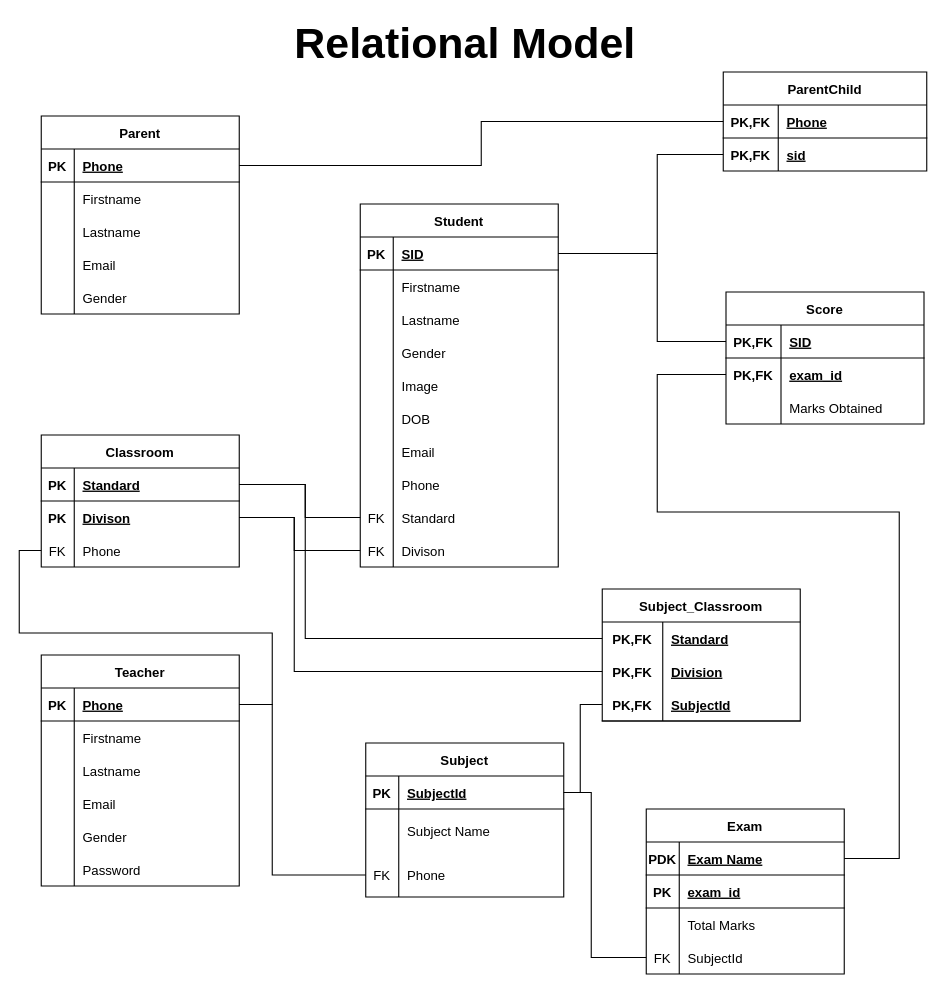
Before: Database/School App Relational Model.drawio.xml in parmar-mohit/School-App, a draw.io diagram. Source tidied: cells renumbered, new cells numbered last; positions are measured from the earlier drawing's top-left corner, leaving out a move shared by most shapes. Both pictures are drawn from the tidied source at 110%, with x=0, y=0 at pixel (19, 28).
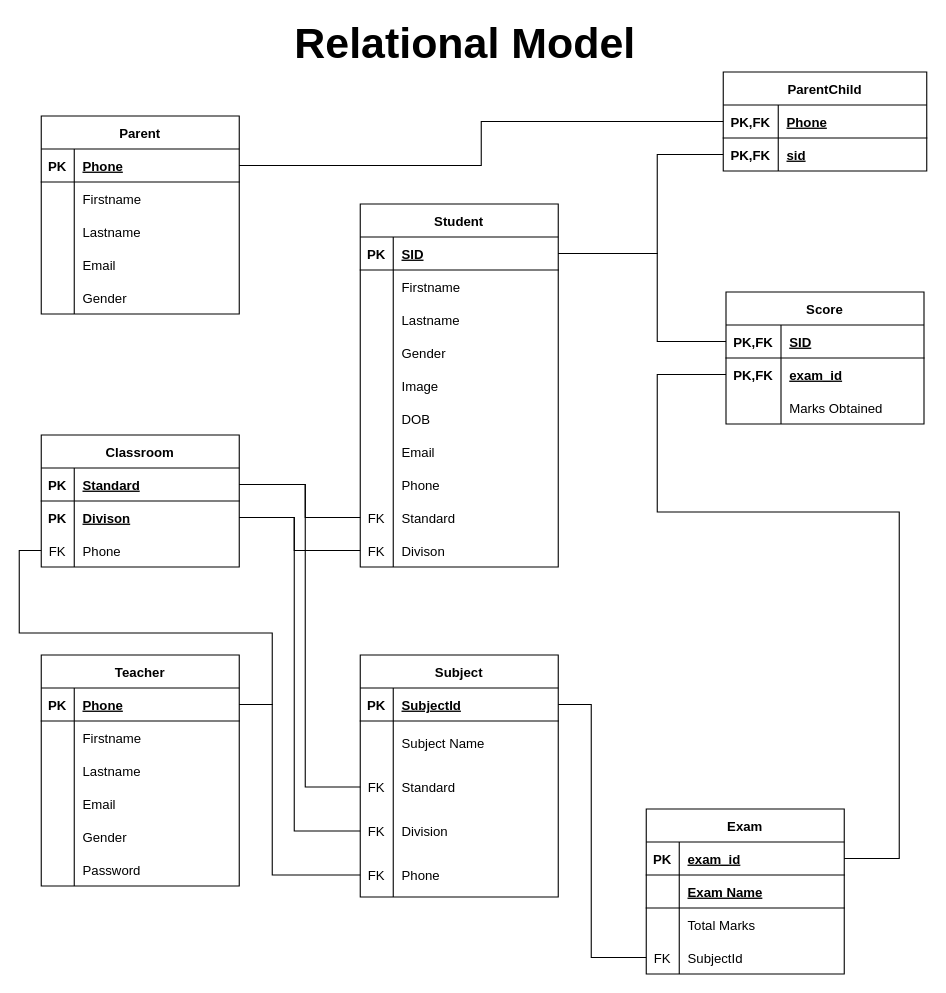
Above is the later version.

Unchanged cells that the change refers to:
```xml
<mxCell id="57" style="shape=tableRow;horizontal=0;startSize=0;swimlaneHead=0;swimlaneBody=0;fillColor=none;points=[[0,0.5],[1,0.5]];portConstraint=eastwest;top=0;left=0;right=0;bottom=1;" parent="56" vertex="1">
  <mxGeometry y="30" width="180" height="30" as="geometry" />
</mxCell>
<mxCell id="60" style="shape=tableRow;horizontal=0;startSize=0;swimlaneHead=0;swimlaneBody=0;fillColor=none;points=[[0,0.5],[1,0.5]];portConstraint=eastwest;top=0;left=0;right=0;bottom=0;" parent="56" vertex="1">
  <mxGeometry y="60" width="180" height="30" as="geometry" />
</mxCell>
<mxCell id="67" style="shape=tableRow;horizontal=0;startSize=0;swimlaneHead=0;swimlaneBody=0;fillColor=none;points=[[0,0.5],[1,0.5]];portConstraint=eastwest;top=0;left=0;right=0;bottom=1;" parent="66" vertex="1">
  <mxGeometry y="30" width="180" height="30" as="geometry" />
</mxCell>
<mxCell id="86" value="Exam" style="shape=table;startSize=30;childLayout=tableLayout;rowLines=0;fontStyle=1;align=center;" parent="1" vertex="1">
  <mxGeometry x="570" y="710" width="180" height="150" as="geometry" />
</mxCell>
<mxCell id="96" style="shape=tableRow;horizontal=0;startSize=0;swimlaneHead=0;swimlaneBody=0;fillColor=none;points=[[0,0.5],[1,0.5]];portConstraint=eastwest;top=0;left=0;right=0;bottom=0;" parent="86" vertex="1">
  <mxGeometry y="120" width="180" height="30" as="geometry" />
</mxCell>
<mxCell id="103" style="shape=tableRow;horizontal=0;startSize=0;swimlaneHead=0;swimlaneBody=0;fillColor=none;points=[[0,0.5],[1,0.5]];portConstraint=eastwest;top=0;left=0;right=0;bottom=0;" parent="99" vertex="1">
  <mxGeometry y="60" width="180" height="30" as="geometry" />
</mxCell>
```

The edit, as a diff of the source:
```diff
@@
     <mxCell id="66" value="Subject" style="shape=table;startSize=30;childLayout=tableLayout;rowLines=0;fontStyle=1;align=center;" parent="1" vertex="1">
-      <mxGeometry x="315" y="650" width="180" height="140" as="geometry" />
+      <mxGeometry x="310" y="570" width="180" height="220" as="geometry" />
     </mxCell>
@@
+    <mxCell id="141" style="shape=tableRow;horizontal=0;startSize=0;swimlaneHead=0;swimlaneBody=0;fillColor=none;points=[[0,0.5],[1,0.5]];portConstraint=eastwest;top=0;left=0;right=0;bottom=0;" parent="66" vertex="1">
+      <mxGeometry y="100" width="180" height="40" as="geometry" />
+    </mxCell>
+    <mxCell id="142" value="FK" style="shape=partialRectangle;fillColor=none;top=0;left=0;bottom=0;right=0;overflow=hidden;" parent="141" vertex="1">
+      <mxGeometry width="30" height="40" as="geometry" />
+    </mxCell>
+    <mxCell id="79" value="Standard" style="shape=partialRectangle;fillColor=none;top=0;left=0;bottom=0;right=0;align=left;spacingLeft=6;overflow=hidden;" parent="141" vertex="1">
+      <mxGeometry x="30" width="150" height="40" as="geometry" />
+    </mxCell>
+    <mxCell id="143" style="shape=tableRow;horizontal=0;startSize=0;swimlaneHead=0;swimlaneBody=0;fillColor=none;points=[[0,0.5],[1,0.5]];portConstraint=eastwest;top=0;left=0;right=0;bottom=0;" parent="66" vertex="1">
+      <mxGeometry y="140" width="180" height="40" as="geometry" />
+    </mxCell>
+    <mxCell id="144" value="FK" style="shape=partialRectangle;fillColor=none;top=0;left=0;bottom=0;right=0;overflow=hidden;" parent="143" vertex="1">
+      <mxGeometry width="30" height="40" as="geometry" />
+    </mxCell>
+    <mxCell id="82" value="Division" style="shape=partialRectangle;fillColor=none;top=0;left=0;bottom=0;right=0;align=left;spacingLeft=6;overflow=hidden;" parent="143" vertex="1">
+      <mxGeometry x="30" width="150" height="40" as="geometry" />
+    </mxCell>
     <mxCell id="73" style="shape=tableRow;horizontal=0;startSize=0;swimlaneHead=0;swimlaneBody=0;fillColor=none;points=[[0,0.5],[1,0.5]];portConstraint=eastwest;top=0;left=0;right=0;bottom=0;" parent="66" vertex="1">
-      <mxGeometry y="100" width="180" height="40" as="geometry" />
+      <mxGeometry y="180" width="180" height="40" as="geometry" />
     </mxCell>
@@
-    <mxCell id="76" value="Subject_Classroom" style="shape=table;startSize=30;childLayout=tableLayout;rowLines=0;fontStyle=1;align=center;" parent="1" vertex="1">
-      <mxGeometry x="530" y="510" width="180" height="120" as="geometry" />
-    </mxCell>
-    <mxCell id="77" style="shape=tableRow;horizontal=0;startSize=0;swimlaneHead=0;swimlaneBody=0;fillColor=none;points=[[0,0.5],[1,0.5]];portConstraint=eastwest;top=0;left=0;right=0;bottom=0;" parent="76" vertex="1">
-      <mxGeometry y="30" width="180" height="30" as="geometry" />
-    </mxCell>
-    <mxCell id="78" value="PK,FK" style="shape=partialRectangle;fillColor=none;top=0;left=0;bottom=0;right=0;overflow=hidden;fontStyle=1;" parent="77" vertex="1">
-      <mxGeometry width="55" height="30" as="geometry" />
-    </mxCell>
-    <mxCell id="79" value="Standard" style="shape=partialRectangle;fillColor=none;top=0;left=0;bottom=0;right=0;align=left;spacingLeft=6;overflow=hidden;fontStyle=5;" parent="77" vertex="1">
-      <mxGeometry x="55" width="125" height="30" as="geometry" />
-    </mxCell>
-    <mxCell id="80" style="shape=tableRow;horizontal=0;startSize=0;swimlaneHead=0;swimlaneBody=0;fillColor=none;points=[[0,0.5],[1,0.5]];portConstraint=eastwest;top=0;left=0;right=0;bottom=0;" parent="76" vertex="1">
-      <mxGeometry y="60" width="180" height="30" as="geometry" />
-    </mxCell>
-    <mxCell id="81" value="PK,FK" style="shape=partialRectangle;fillColor=none;top=0;left=0;bottom=0;right=0;overflow=hidden;fontStyle=1;" parent="80" vertex="1">
-      <mxGeometry width="55" height="30" as="geometry" />
-    </mxCell>
-    <mxCell id="82" value="Division" style="shape=partialRectangle;fillColor=none;top=0;left=0;bottom=0;right=0;align=left;spacingLeft=6;overflow=hidden;fontStyle=5;" parent="80" vertex="1">
-      <mxGeometry x="55" width="125" height="30" as="geometry" />
-    </mxCell>
-    <mxCell id="83" style="shape=tableRow;horizontal=0;startSize=0;swimlaneHead=0;swimlaneBody=0;fillColor=none;points=[[0,0.5],[1,0.5]];portConstraint=eastwest;top=0;left=0;right=0;bottom=1;" parent="76" vertex="1">
-      <mxGeometry y="90" width="180" height="30" as="geometry" />
-    </mxCell>
-    <mxCell id="84" value="PK,FK" style="shape=partialRectangle;fillColor=none;top=0;left=0;bottom=0;right=0;fontStyle=1;overflow=hidden;" parent="83" vertex="1">
-      <mxGeometry width="55" height="30" as="geometry" />
-    </mxCell>
-    <mxCell id="85" value="SubjectId" style="shape=partialRectangle;fillColor=none;top=0;left=0;bottom=0;right=0;align=left;spacingLeft=6;fontStyle=5;overflow=hidden;" parent="83" vertex="1">
-      <mxGeometry x="55" width="125" height="30" as="geometry" />
-    </mxCell>
@@
+    <mxCell id="90" style="shape=tableRow;horizontal=0;startSize=0;swimlaneHead=0;swimlaneBody=0;fillColor=none;points=[[0,0.5],[1,0.5]];portConstraint=eastwest;top=0;left=0;right=0;bottom=1;" parent="86" vertex="1">
+      <mxGeometry y="30" width="180" height="30" as="geometry" />
+    </mxCell>
+    <mxCell id="91" value="PK" style="shape=partialRectangle;fillColor=none;top=0;left=0;bottom=0;right=0;fontStyle=1;overflow=hidden;" parent="90" vertex="1">
+      <mxGeometry width="30" height="30" as="geometry" />
+    </mxCell>
+    <mxCell id="92" value="exam_id" style="shape=partialRectangle;fillColor=none;top=0;left=0;bottom=0;right=0;align=left;spacingLeft=6;fontStyle=5;overflow=hidden;" parent="90" vertex="1">
+      <mxGeometry x="30" width="150" height="30" as="geometry" />
+    </mxCell>
     <mxCell id="87" style="shape=tableRow;horizontal=0;startSize=0;swimlaneHead=0;swimlaneBody=0;fillColor=none;points=[[0,0.5],[1,0.5]];portConstraint=eastwest;top=0;left=0;right=0;bottom=1;" parent="86" vertex="1">
-      <mxGeometry y="30" width="180" height="30" as="geometry" />
+      <mxGeometry y="60" width="180" height="30" as="geometry" />
     </mxCell>
-    <mxCell id="88" value="PDK" style="shape=partialRectangle;fillColor=none;top=0;left=0;bottom=0;right=0;fontStyle=1;overflow=hidden;" parent="87" vertex="1">
+    <mxCell id="88" style="shape=partialRectangle;fillColor=none;top=0;left=0;bottom=0;right=0;fontStyle=1;overflow=hidden;" parent="87" vertex="1">
       <mxGeometry width="30" height="30" as="geometry" />
     </mxCell>
@@
-    <mxCell id="90" style="shape=tableRow;horizontal=0;startSize=0;swimlaneHead=0;swimlaneBody=0;fillColor=none;points=[[0,0.5],[1,0.5]];portConstraint=eastwest;top=0;left=0;right=0;bottom=1;" parent="86" vertex="1">
-      <mxGeometry y="60" width="180" height="30" as="geometry" />
-    </mxCell>
-    <mxCell id="91" value="PK" style="shape=partialRectangle;fillColor=none;top=0;left=0;bottom=0;right=0;fontStyle=1;overflow=hidden;" parent="90" vertex="1">
-      <mxGeometry width="30" height="30" as="geometry" />
-    </mxCell>
-    <mxCell id="92" value="exam_id" style="shape=partialRectangle;fillColor=none;top=0;left=0;bottom=0;right=0;align=left;spacingLeft=6;fontStyle=5;overflow=hidden;" parent="90" vertex="1">
-      <mxGeometry x="30" width="150" height="30" as="geometry" />
-    </mxCell>
@@
-    <mxCell id="135" style="endArrow=none;html=1;rounded=0;exitX=1;exitY=0.5;exitDx=0;exitDy=0;entryX=0;entryY=0.5;entryDx=0;entryDy=0;" parent="1" edge="1" source="57" target="77">
-      <mxGeometry relative="1" as="geometry">
-        <Array as="points">
-          <mxPoint x="260" y="415" />
-          <mxPoint x="260" y="555" />
-        </Array>
-      </mxGeometry>
-    </mxCell>
-    <mxCell id="136" style="endArrow=none;html=1;rounded=0;exitX=1;exitY=0.5;exitDx=0;exitDy=0;entryX=0;entryY=0.5;entryDx=0;entryDy=0;" parent="1" edge="1" source="60" target="80">
-      <mxGeometry relative="1" as="geometry">
-        <Array as="points">
-          <mxPoint x="250" y="445" />
-          <mxPoint x="250" y="585" />
-        </Array>
-      </mxGeometry>
-    </mxCell>
@@
     <mxCell id="138" style="endArrow=none;html=1;rounded=0;exitX=1;exitY=0.5;exitDx=0;exitDy=0;entryX=0;entryY=0.5;entryDx=0;entryDy=0;" parent="1" edge="1" source="67" target="96">
       <mxGeometry relative="1" as="geometry">
         <Array as="points">
-          <mxPoint x="520" y="695" />
+          <mxPoint x="520" y="615" />
           <mxPoint x="520" y="845" />
         </Array>
       </mxGeometry>
     </mxCell>
-    <mxCell id="139" style="endArrow=none;html=1;rounded=0;exitX=1;exitY=0.5;exitDx=0;exitDy=0;entryX=0;entryY=0.5;entryDx=0;entryDy=0;" parent="1" edge="1" source="67" target="83">
-      <mxGeometry relative="1" as="geometry">
-        <Array as="points">
-          <mxPoint x="510" y="695" />
-          <mxPoint x="510" y="615" />
-        </Array>
-      </mxGeometry>
-    </mxCell>
-    <mxCell id="140" style="endArrow=none;html=1;rounded=0;exitX=1;exitY=0.5;exitDx=0;exitDy=0;entryX=0;entryY=0.5;entryDx=0;entryDy=0;" parent="1" edge="1" source="87" target="103">
+    <mxCell id="140" style="endArrow=none;html=1;rounded=0;entryX=0;entryY=0.5;entryDx=0;entryDy=0;exitX=1;exitY=0.5;exitDx=0;exitDy=0;" parent="1" edge="1" source="90" target="103">
       <mxGeometry relative="1" as="geometry">
         <Array as="points">
           <mxPoint x="800" y="755" />
           <mxPoint x="800" y="440" />
           <mxPoint x="580" y="440" />
           <mxPoint x="580" y="315" />
         </Array>
       </mxGeometry>
     </mxCell>
+    <mxCell id="145" style="endArrow=none;html=1;rounded=0;entryX=1;entryY=0.5;entryDx=0;entryDy=0;exitX=0;exitY=0.5;exitDx=0;exitDy=0;" parent="1" edge="1" source="141" target="57">
+      <mxGeometry relative="1" as="geometry">
+        <Array as="points">
+          <mxPoint x="260" y="690" />
+          <mxPoint x="260" y="415" />
+        </Array>
+      </mxGeometry>
+    </mxCell>
+    <mxCell id="146" style="endArrow=none;html=1;rounded=0;entryX=1;entryY=0.5;entryDx=0;entryDy=0;exitX=0;exitY=0.5;exitDx=0;exitDy=0;" parent="1" edge="1" source="143" target="60">
+      <mxGeometry relative="1" as="geometry">
+        <Array as="points">
+          <mxPoint x="250" y="730" />
+          <mxPoint x="250" y="445" />
+        </Array>
+      </mxGeometry>
+    </mxCell>
```
